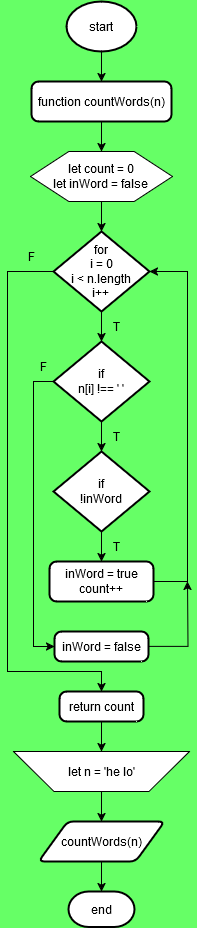
Destantomy/Dry-run-algorithm keeps this draw.io diagram as flowchart-diagram/count_words_algorithm.drawio.png. Above is the earlier version. Source tidied: cells renumbered, new cells last; positions are measured from the earlier drawing's top-left corner, leaving out a move shared by most shapes.
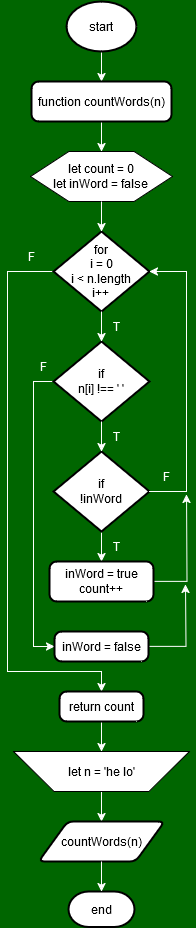
The same file after the commit.

Change to the diagram source:
```diff
@@ -1,8 +1,8 @@
-<mxGraphModel background="#66FF66">
+<mxGraphModel background="#006600">
   <root>
     <mxCell id="0" />
     <mxCell id="1" parent="0" />
-    <mxCell id="2" style="edgeStyle=orthogonalEdgeStyle;rounded=0;jettySize=auto;html=1;exitX=0.5;exitY=1;exitDx=0;exitDy=0;exitPerimeter=0;" parent="1" edge="1" source="3" target="7">
+    <mxCell id="2" style="edgeStyle=orthogonalEdgeStyle;rounded=0;jettySize=auto;html=1;exitX=0.5;exitY=1;exitDx=0;exitDy=0;exitPerimeter=0;strokeColor=#FFFFFF;" parent="1" edge="1" source="3" target="7">
       <mxGeometry relative="1" as="geometry" />
     </mxCell>
     <mxCell id="3" value="start" style="strokeWidth=2;html=1;shape=mxgraph.flowchart.start_1;whiteSpace=wrap;" parent="1" vertex="1">
@@ -14,13 +14,13 @@
     <mxCell id="5" value="&lt;div&gt;let count = 0&lt;/div&gt;&lt;div&gt;let inWord = false&lt;br&gt;&lt;/div&gt;" style="verticalLabelPosition=middle;verticalAlign=middle;html=1;shape=hexagon;perimeter=hexagonPerimeter2;arcSize=6;size=0.27;labelPosition=center;align=center;whiteSpace=wrap;" parent="1" vertex="1">
       <mxGeometry x="23" y="150" width="142" height="50" as="geometry" />
     </mxCell>
-    <mxCell id="6" style="edgeStyle=orthogonalEdgeStyle;rounded=0;jettySize=auto;html=1;exitX=0.5;exitY=1;exitDx=0;exitDy=0;entryX=0.5;entryY=0;entryDx=0;entryDy=0;" parent="1" edge="1" source="7" target="5">
+    <mxCell id="6" style="edgeStyle=orthogonalEdgeStyle;rounded=0;jettySize=auto;html=1;exitX=0.5;exitY=1;exitDx=0;exitDy=0;entryX=0.5;entryY=0;entryDx=0;entryDy=0;strokeColor=#FFFFFF;" parent="1" edge="1" source="7" target="5">
       <mxGeometry relative="1" as="geometry" />
     </mxCell>
     <mxCell id="7" value="function countWords(n)" style="rounded=1;whiteSpace=wrap;html=1;absoluteArcSize=1;arcSize=14;strokeWidth=2;" parent="1" vertex="1">
       <mxGeometry x="24" y="80" width="140" height="40" as="geometry" />
     </mxCell>
-    <mxCell id="8" style="edgeStyle=orthogonalEdgeStyle;rounded=0;jettySize=auto;html=1;exitX=0;exitY=0.5;exitDx=0;exitDy=0;exitPerimeter=0;entryX=0.5;entryY=0;entryDx=0;entryDy=0;" parent="1" edge="1" source="9" target="18">
+    <mxCell id="8" style="edgeStyle=orthogonalEdgeStyle;rounded=0;jettySize=auto;html=1;exitX=0;exitY=0.5;exitDx=0;exitDy=0;exitPerimeter=0;entryX=0.5;entryY=0;entryDx=0;entryDy=0;strokeColor=#FFFFFF;" parent="1" edge="1" source="9" target="18">
       <mxGeometry relative="1" as="geometry">
         <Array as="points">
           <mxPoint y="270" />
@@ -32,36 +32,41 @@
     <mxCell id="9" value="&lt;div&gt;for&lt;/div&gt;&lt;div&gt;i = 0&lt;/div&gt;&lt;div&gt;i &amp;lt; n.length&lt;/div&gt;&lt;div&gt;i++&lt;br&gt;&lt;/div&gt;" style="strokeWidth=2;html=1;shape=mxgraph.flowchart.decision;whiteSpace=wrap;" parent="1" vertex="1">
       <mxGeometry x="46" y="230" width="96" height="80" as="geometry" />
     </mxCell>
-    <mxCell id="10" style="edgeStyle=orthogonalEdgeStyle;rounded=0;jettySize=auto;html=1;exitX=0;exitY=0.5;exitDx=0;exitDy=0;exitPerimeter=0;entryX=0;entryY=0.5;entryDx=0;entryDy=0;" parent="1" edge="1" source="11" target="16">
+    <mxCell id="10" style="edgeStyle=orthogonalEdgeStyle;rounded=0;jettySize=auto;html=1;exitX=0;exitY=0.5;exitDx=0;exitDy=0;exitPerimeter=0;entryX=0;entryY=0.5;entryDx=0;entryDy=0;strokeColor=#FFFFFF;" parent="1" edge="1" source="11" target="16">
       <mxGeometry relative="1" as="geometry" />
     </mxCell>
     <mxCell id="11" value="&lt;div&gt;if&lt;/div&gt;&lt;div&gt;n[i] !== ' '&lt;br&gt;&lt;/div&gt;" style="strokeWidth=2;html=1;shape=mxgraph.flowchart.decision;whiteSpace=wrap;" parent="1" vertex="1">
       <mxGeometry x="46" y="340" width="96" height="80" as="geometry" />
     </mxCell>
-    <mxCell id="12" style="edgeStyle=orthogonalEdgeStyle;rounded=0;jettySize=auto;html=1;exitX=0.5;exitY=1;exitDx=0;exitDy=0;exitPerimeter=0;entryX=0.5;entryY=0;entryDx=0;entryDy=0;" parent="1" edge="1" source="13" target="14">
+    <mxCell id="12" style="edgeStyle=orthogonalEdgeStyle;rounded=0;jettySize=auto;html=1;exitX=0.5;exitY=1;exitDx=0;exitDy=0;exitPerimeter=0;entryX=0.5;entryY=0;entryDx=0;entryDy=0;strokeColor=#FFFFFF;" parent="1" edge="1" source="13" target="14">
       <mxGeometry relative="1" as="geometry" />
     </mxCell>
     <mxCell id="13" value="&lt;div&gt;if&lt;/div&gt;&lt;div&gt;!inWord&lt;br&gt;&lt;/div&gt;" style="strokeWidth=2;html=1;shape=mxgraph.flowchart.decision;whiteSpace=wrap;" parent="1" vertex="1">
       <mxGeometry x="46" y="450" width="96" height="80" as="geometry" />
     </mxCell>
+    <mxCell id="32" style="edgeStyle=orthogonalEdgeStyle;rounded=0;jettySize=auto;html=1;exitX=1;exitY=0.5;exitDx=0;exitDy=0;strokeColor=#FFFFFF;" parent="1" edge="1" source="14">
+      <mxGeometry relative="1" as="geometry">
+        <mxPoint x="179" y="493" as="targetPoint" />
+      </mxGeometry>
+    </mxCell>
     <mxCell id="14" value="&lt;div&gt;inWord = true&lt;/div&gt;&lt;div&gt;count++&lt;br&gt;&lt;/div&gt;" style="rounded=1;whiteSpace=wrap;html=1;absoluteArcSize=1;arcSize=14;strokeWidth=2;" parent="1" vertex="1">
       <mxGeometry x="42" y="560" width="104" height="40" as="geometry" />
     </mxCell>
-    <mxCell id="15" style="edgeStyle=orthogonalEdgeStyle;rounded=0;jettySize=auto;html=1;exitX=1;exitY=0.5;exitDx=0;exitDy=0;" parent="1" edge="1" source="16">
+    <mxCell id="15" style="edgeStyle=orthogonalEdgeStyle;rounded=0;jettySize=auto;html=1;exitX=1;exitY=0.5;exitDx=0;exitDy=0;strokeColor=#FFFFFF;" parent="1" edge="1" source="16">
       <mxGeometry relative="1" as="geometry">
-        <mxPoint x="180" y="580" as="targetPoint" />
+        <mxPoint x="178" y="583" as="targetPoint" />
       </mxGeometry>
     </mxCell>
     <mxCell id="16" value="inWord = false" style="rounded=1;whiteSpace=wrap;html=1;absoluteArcSize=1;arcSize=14;strokeWidth=2;" parent="1" vertex="1">
       <mxGeometry x="47" y="630" width="94" height="30" as="geometry" />
     </mxCell>
-    <mxCell id="17" style="edgeStyle=orthogonalEdgeStyle;rounded=0;jettySize=auto;html=1;exitX=0.5;exitY=1;exitDx=0;exitDy=0;entryX=0.5;entryY=0;entryDx=0;entryDy=0;" parent="1" edge="1" source="18" target="20">
+    <mxCell id="17" style="edgeStyle=orthogonalEdgeStyle;rounded=0;jettySize=auto;html=1;exitX=0.5;exitY=1;exitDx=0;exitDy=0;entryX=0.5;entryY=0;entryDx=0;entryDy=0;strokeColor=#FFFFFF;" parent="1" edge="1" source="18" target="20">
       <mxGeometry relative="1" as="geometry" />
     </mxCell>
     <mxCell id="18" value="return count" style="rounded=1;whiteSpace=wrap;html=1;absoluteArcSize=1;arcSize=14;strokeWidth=2;" parent="1" vertex="1">
       <mxGeometry x="52" y="690" width="84" height="30" as="geometry" />
     </mxCell>
-    <mxCell id="19" style="edgeStyle=orthogonalEdgeStyle;rounded=0;jettySize=auto;html=1;exitX=0.5;exitY=1;exitDx=0;exitDy=0;entryX=0.5;entryY=0;entryDx=0;entryDy=0;" parent="1" edge="1" source="20" target="21">
+    <mxCell id="19" style="edgeStyle=orthogonalEdgeStyle;rounded=0;jettySize=auto;html=1;exitX=0.5;exitY=1;exitDx=0;exitDy=0;entryX=0.5;entryY=0;entryDx=0;entryDy=0;strokeColor=#FFFFFF;" parent="1" edge="1" source="20" target="21">
       <mxGeometry relative="1" as="geometry" />
     </mxCell>
     <mxCell id="20" value="let n = 'he lo'" style="verticalLabelPosition=middle;verticalAlign=middle;html=1;shape=trapezoid;perimeter=trapezoidPerimeter;whiteSpace=wrap;size=0.23;arcSize=10;flipV=1;labelPosition=center;align=center;" parent="1" vertex="1">
@@ -70,40 +75,43 @@
     <mxCell id="21" value="countWords(n)" style="shape=parallelogram;html=1;strokeWidth=2;perimeter=parallelogramPerimeter;whiteSpace=wrap;rounded=1;arcSize=12;size=0.23;" parent="1" vertex="1">
       <mxGeometry x="31" y="820" width="126" height="40" as="geometry" />
     </mxCell>
-    <mxCell id="22" style="edgeStyle=orthogonalEdgeStyle;rounded=0;jettySize=auto;html=1;exitX=0.5;exitY=1;exitDx=0;exitDy=0;entryX=0.5;entryY=0;entryDx=0;entryDy=0;entryPerimeter=0;" parent="1" edge="1" source="5" target="9">
+    <mxCell id="22" style="edgeStyle=orthogonalEdgeStyle;rounded=0;jettySize=auto;html=1;exitX=0.5;exitY=1;exitDx=0;exitDy=0;entryX=0.5;entryY=0;entryDx=0;entryDy=0;entryPerimeter=0;strokeColor=#FFFFFF;" parent="1" edge="1" source="5" target="9">
       <mxGeometry relative="1" as="geometry" />
     </mxCell>
-    <mxCell id="23" style="edgeStyle=orthogonalEdgeStyle;rounded=0;jettySize=auto;html=1;exitX=0.5;exitY=1;exitDx=0;exitDy=0;exitPerimeter=0;entryX=0.5;entryY=0;entryDx=0;entryDy=0;entryPerimeter=0;" parent="1" edge="1" source="9" target="11">
+    <mxCell id="23" style="edgeStyle=orthogonalEdgeStyle;rounded=0;jettySize=auto;html=1;exitX=0.5;exitY=1;exitDx=0;exitDy=0;exitPerimeter=0;entryX=0.5;entryY=0;entryDx=0;entryDy=0;entryPerimeter=0;strokeColor=#FFFFFF;" parent="1" edge="1" source="9" target="11">
       <mxGeometry relative="1" as="geometry" />
     </mxCell>
-    <mxCell id="24" style="edgeStyle=orthogonalEdgeStyle;rounded=0;jettySize=auto;html=1;exitX=0.5;exitY=1;exitDx=0;exitDy=0;exitPerimeter=0;entryX=0.5;entryY=0;entryDx=0;entryDy=0;entryPerimeter=0;" parent="1" edge="1" source="11" target="13">
+    <mxCell id="24" style="edgeStyle=orthogonalEdgeStyle;rounded=0;jettySize=auto;html=1;exitX=0.5;exitY=1;exitDx=0;exitDy=0;exitPerimeter=0;entryX=0.5;entryY=0;entryDx=0;entryDy=0;entryPerimeter=0;strokeColor=#FFFFFF;" parent="1" edge="1" source="11" target="13">
       <mxGeometry relative="1" as="geometry" />
     </mxCell>
-    <mxCell id="25" value="T" style="text;html=1;align=center;verticalAlign=middle;strokeColor=none;fillColor=none;" parent="1" vertex="1">
+    <mxCell id="25" value="T" style="text;html=1;align=center;verticalAlign=middle;strokeColor=none;fillColor=none;fontColor=#FFFFFF;" parent="1" vertex="1">
       <mxGeometry x="94" y="310" width="30" height="30" as="geometry" />
     </mxCell>
-    <mxCell id="26" value="T" style="text;html=1;align=center;verticalAlign=middle;strokeColor=none;fillColor=none;" parent="1" vertex="1">
+    <mxCell id="26" value="T" style="text;html=1;align=center;verticalAlign=middle;strokeColor=none;fillColor=none;fontColor=#FFFFFF;" parent="1" vertex="1">
       <mxGeometry x="94" y="420" width="30" height="30" as="geometry" />
     </mxCell>
-    <mxCell id="27" value="T" style="text;html=1;align=center;verticalAlign=middle;strokeColor=none;fillColor=none;" parent="1" vertex="1">
+    <mxCell id="27" value="T" style="text;html=1;align=center;verticalAlign=middle;strokeColor=none;fillColor=none;fontColor=#FFFFFF;" parent="1" vertex="1">
       <mxGeometry x="94" y="530" width="30" height="30" as="geometry" />
     </mxCell>
-    <mxCell id="28" style="edgeStyle=orthogonalEdgeStyle;rounded=0;jettySize=auto;html=1;exitX=0.5;exitY=1;exitDx=0;exitDy=0;entryX=0.5;entryY=0;entryDx=0;entryDy=0;entryPerimeter=0;" parent="1" edge="1" source="21" target="4">
+    <mxCell id="28" style="edgeStyle=orthogonalEdgeStyle;rounded=0;jettySize=auto;html=1;exitX=0.5;exitY=1;exitDx=0;exitDy=0;entryX=0.5;entryY=0;entryDx=0;entryDy=0;entryPerimeter=0;strokeColor=#FFFFFF;" parent="1" edge="1" source="21" target="4">
       <mxGeometry relative="1" as="geometry" />
     </mxCell>
-    <mxCell id="29" value="F" style="text;html=1;align=center;verticalAlign=middle;strokeColor=none;fillColor=none;" parent="1" vertex="1">
+    <mxCell id="29" value="F" style="text;html=1;align=center;verticalAlign=middle;strokeColor=none;fillColor=none;fontColor=#FFFFFF;" parent="1" vertex="1">
       <mxGeometry x="21" y="350" width="30" height="30" as="geometry" />
     </mxCell>
-    <mxCell id="30" style="edgeStyle=orthogonalEdgeStyle;rounded=0;jettySize=auto;html=1;exitX=1;exitY=0.5;exitDx=0;exitDy=0;entryX=1;entryY=0.5;entryDx=0;entryDy=0;entryPerimeter=0;" parent="1" edge="1" source="14" target="9">
-      <mxGeometry relative="1" as="geometry">
-        <Array as="points">
-          <mxPoint x="180" y="580" />
-          <mxPoint x="180" y="270" />
-        </Array>
-      </mxGeometry>
-    </mxCell>
-    <mxCell id="31" value="F" style="text;html=1;align=center;verticalAlign=middle;strokeColor=none;fillColor=none;" parent="1" vertex="1">
+    <mxCell id="31" value="F" style="text;html=1;align=center;verticalAlign=middle;strokeColor=none;fillColor=none;fontColor=#FFFFFF;" parent="1" vertex="1">
       <mxGeometry x="9" y="240" width="30" height="30" as="geometry" />
     </mxCell>
+    <mxCell id="33" style="edgeStyle=orthogonalEdgeStyle;rounded=0;jettySize=auto;html=1;exitX=1;exitY=0.5;exitDx=0;exitDy=0;exitPerimeter=0;entryX=1;entryY=0.5;entryDx=0;entryDy=0;entryPerimeter=0;fontColor=#FFFFFF;strokeColor=#FFFFFF;" parent="1" edge="1" source="13" target="9">
+      <mxGeometry relative="1" as="geometry">
+        <Array as="points">
+          <mxPoint x="179" y="490" />
+          <mxPoint x="179" y="270" />
+        </Array>
+      </mxGeometry>
+    </mxCell>
+    <mxCell id="34" value="F" style="text;html=1;align=center;verticalAlign=middle;strokeColor=none;fillColor=none;fontColor=#FFFFFF;" parent="1" vertex="1">
+      <mxGeometry x="146" y="462" width="25" height="26" as="geometry" />
+    </mxCell>
   </root>
 </mxGraphModel>
```
